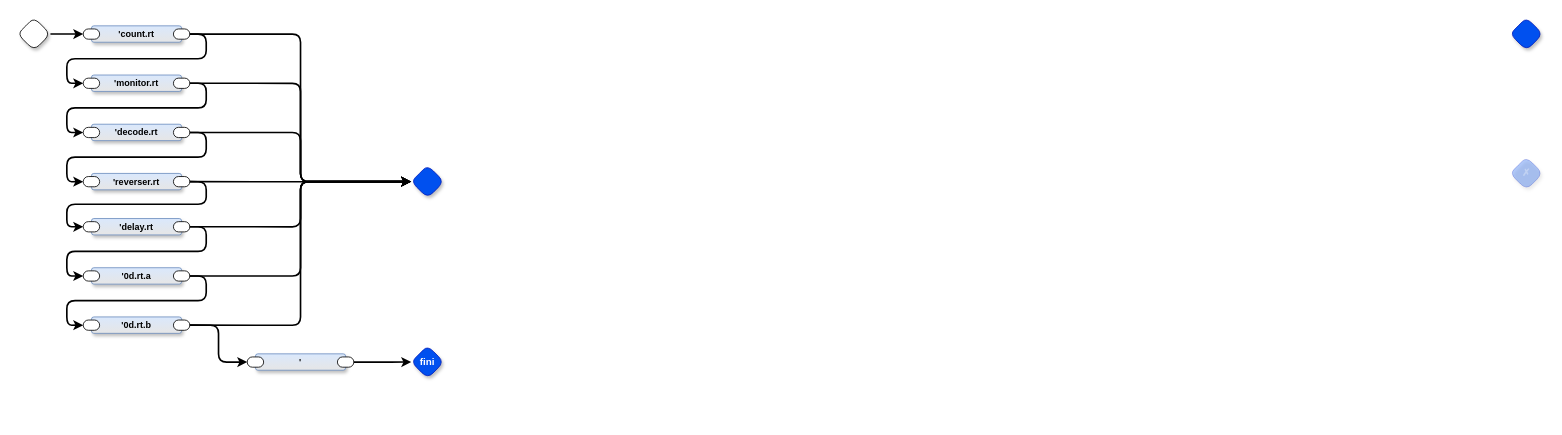
Above: page "List Filenames" (2 of 20) of rt2js.drawio in guitarvydas/rt (draw.io), before the change. Source tidied: cells renumbered, new cells numbered last; positions are measured from the earlier drawing's top-left corner, leaving out a move shared by most shapes. Both pictures are drawn from the tidied source at 82%, with x=0, y=0 at pixel (17, 17).
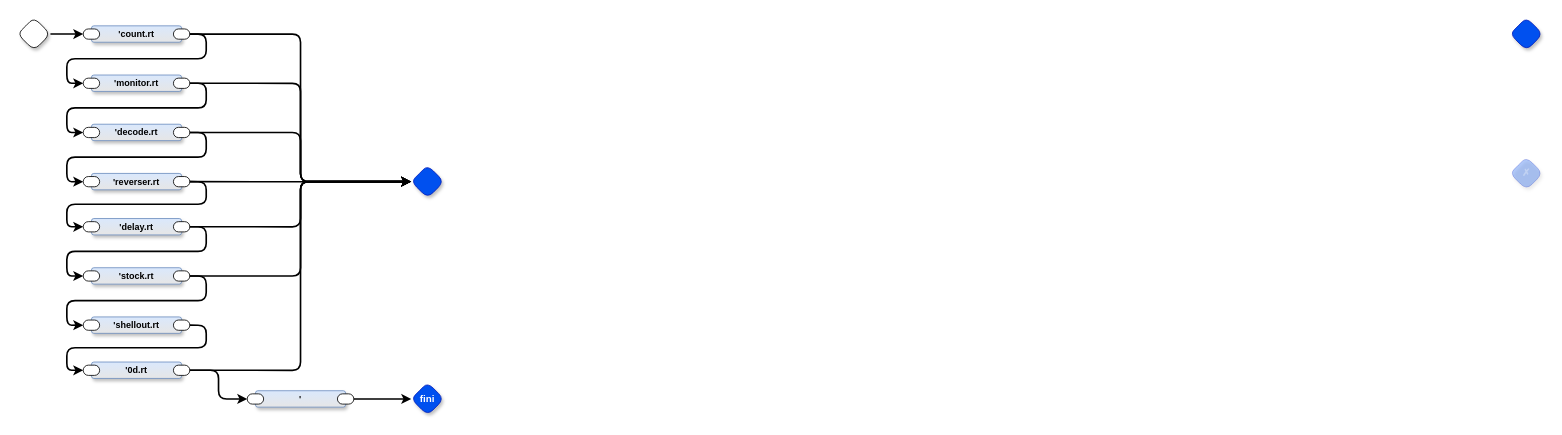
Above is the later version.

The change refers to these unchanged cells:
```xml
<mxCell id="23" style="rounded=1;whiteSpace=wrap;html=1;sketch=0;points=[[0,0.5,0,0,0],[1,0.5,0,0,0]];arcSize=50;fontFamily=Helvetica;fontSize=11;fontColor=default;" parent="22" vertex="1">
  <mxGeometry x="100" y="3.8" width="20" height="12.5" as="geometry" />
</mxCell>
<mxCell id="27" style="rounded=1;whiteSpace=wrap;html=1;sketch=0;points=[[0,0.5,0,0,0],[1,0.5,0,0,0]];arcSize=50;fontFamily=Helvetica;fontSize=11;fontColor=default;" parent="25" vertex="1">
  <mxGeometry x="-10" y="3.8" width="20" height="12.5" as="geometry" />
</mxCell>
```

Change to the diagram source:
```diff
@@
-    <mxCell id="22" value="'0d.rt.a" style="rounded=1;whiteSpace=wrap;html=1;verticalAlign=middle;arcSize=6;fontStyle=1;absoluteArcSize=1;shadow=1;strokeColor=#6c8ebf;fillColor=#dae8fc;fontFamily=Helvetica;fontSize=11;gradientColor=#E6E6E6;fontColor=default;" parent="1" vertex="1">
+    <mxCell id="22" value="'stock.rt" style="rounded=1;whiteSpace=wrap;html=1;verticalAlign=middle;arcSize=6;fontStyle=1;absoluteArcSize=1;shadow=1;strokeColor=#6c8ebf;fillColor=#dae8fc;fontFamily=Helvetica;fontSize=11;gradientColor=#E6E6E6;fontColor=default;" parent="1" vertex="1">
       <mxGeometry x="90" y="305" width="110" height="20" as="geometry" />
     </mxCell>
@@
-    <mxCell id="25" value="'0d.rt.b" style="rounded=1;whiteSpace=wrap;html=1;verticalAlign=middle;arcSize=6;fontStyle=1;absoluteArcSize=1;shadow=1;strokeColor=#6c8ebf;fillColor=#dae8fc;fontFamily=Helvetica;fontSize=11;gradientColor=#E6E6E6;fontColor=default;" parent="1" vertex="1">
-      <mxGeometry x="90" y="365" width="110" height="20" as="geometry" />
+    <mxCell id="25" value="'0d.rt" style="rounded=1;whiteSpace=wrap;html=1;verticalAlign=middle;arcSize=6;fontStyle=1;absoluteArcSize=1;shadow=1;strokeColor=#6c8ebf;fillColor=#dae8fc;fontFamily=Helvetica;fontSize=11;gradientColor=#E6E6E6;fontColor=default;" parent="1" vertex="1">
+      <mxGeometry x="90" y="420" width="110" height="20" as="geometry" />
     </mxCell>
@@
-    <mxCell id="28" style="edgeStyle=orthogonalEdgeStyle;rounded=1;jettySize=auto;html=1;exitX=1;exitY=0.5;exitDx=0;exitDy=0;exitPerimeter=0;entryX=0;entryY=0.5;entryDx=0;entryDy=0;entryPerimeter=0;curved=0;strokeWidth=2;" parent="1" edge="1" source="23" target="27">
-      <mxGeometry relative="1" as="geometry" />
-    </mxCell>
@@
     <mxCell id="33" value="'" style="rounded=1;whiteSpace=wrap;html=1;verticalAlign=middle;arcSize=6;fontStyle=1;absoluteArcSize=1;shadow=1;strokeColor=#6c8ebf;fillColor=#dae8fc;fontFamily=Helvetica;fontSize=11;gradientColor=#E6E6E6;fontColor=default;" parent="1" vertex="1">
-      <mxGeometry x="290" y="410" width="110" height="20" as="geometry" />
+      <mxGeometry x="290" y="455" width="110" height="20" as="geometry" />
     </mxCell>
@@
     <mxCell id="38" value="fini" style="rhombus;whiteSpace=wrap;html=1;rounded=1;fontStyle=1;glass=0;sketch=0;fontSize=12;points=[[0,0.5,0,0,0],[0.5,0,0,0,0],[0.5,1,0,0,0],[1,0.5,0,0,0]];shadow=1;fillColor=#0050ef;fontColor=#ffffff;strokeColor=#001DBC;fontFamily=Helvetica;labelBackgroundColor=none;" parent="1" vertex="1">
-      <mxGeometry x="480" y="400" width="40" height="40" as="geometry" />
+      <mxGeometry x="480" y="445" width="40" height="40" as="geometry" />
     </mxCell>
@@
+    <mxCell id="47" value="'shellout.rt" style="rounded=1;whiteSpace=wrap;html=1;verticalAlign=middle;arcSize=6;fontStyle=1;absoluteArcSize=1;shadow=1;strokeColor=#6c8ebf;fillColor=#dae8fc;fontFamily=Helvetica;fontSize=11;gradientColor=#E6E6E6;fontColor=default;" parent="1" vertex="1">
+      <mxGeometry x="90" y="365" width="110" height="20" as="geometry" />
+    </mxCell>
+    <mxCell id="48" style="rounded=1;whiteSpace=wrap;html=1;sketch=0;points=[[0,0.5,0,0,0],[1,0.5,0,0,0]];arcSize=50;fontFamily=Helvetica;fontSize=11;fontColor=default;" parent="47" vertex="1">
+      <mxGeometry x="100" y="3.8" width="20" height="12.5" as="geometry" />
+    </mxCell>
+    <mxCell id="49" style="rounded=1;whiteSpace=wrap;html=1;sketch=0;points=[[0,0.5,0,0,0],[1,0.5,0,0,0]];arcSize=50;fontFamily=Helvetica;fontSize=11;fontColor=default;" parent="47" vertex="1">
+      <mxGeometry x="-10" y="3.8" width="20" height="12.5" as="geometry" />
+    </mxCell>
+    <mxCell id="50" style="edgeStyle=orthogonalEdgeStyle;shape=connector;curved=0;rounded=1;jettySize=auto;html=1;exitX=1;exitY=0.5;exitDx=0;exitDy=0;exitPerimeter=0;entryX=0;entryY=0.5;entryDx=0;entryDy=0;entryPerimeter=0;strokeColor=default;strokeWidth=2;align=center;verticalAlign=middle;fontFamily=Helvetica;fontSize=11;fontColor=default;labelBackgroundColor=default;endArrow=classic;" parent="1" edge="1" source="23" target="49">
+      <mxGeometry relative="1" as="geometry" />
+    </mxCell>
+    <mxCell id="51" style="edgeStyle=orthogonalEdgeStyle;shape=connector;curved=0;rounded=1;jettySize=auto;html=1;exitX=1;exitY=0.5;exitDx=0;exitDy=0;exitPerimeter=0;entryX=0;entryY=0.5;entryDx=0;entryDy=0;entryPerimeter=0;strokeColor=default;strokeWidth=2;align=center;verticalAlign=middle;fontFamily=Helvetica;fontSize=11;fontColor=default;labelBackgroundColor=default;endArrow=classic;" parent="1" edge="1" source="48" target="27">
+      <mxGeometry relative="1" as="geometry" />
+    </mxCell>
```
